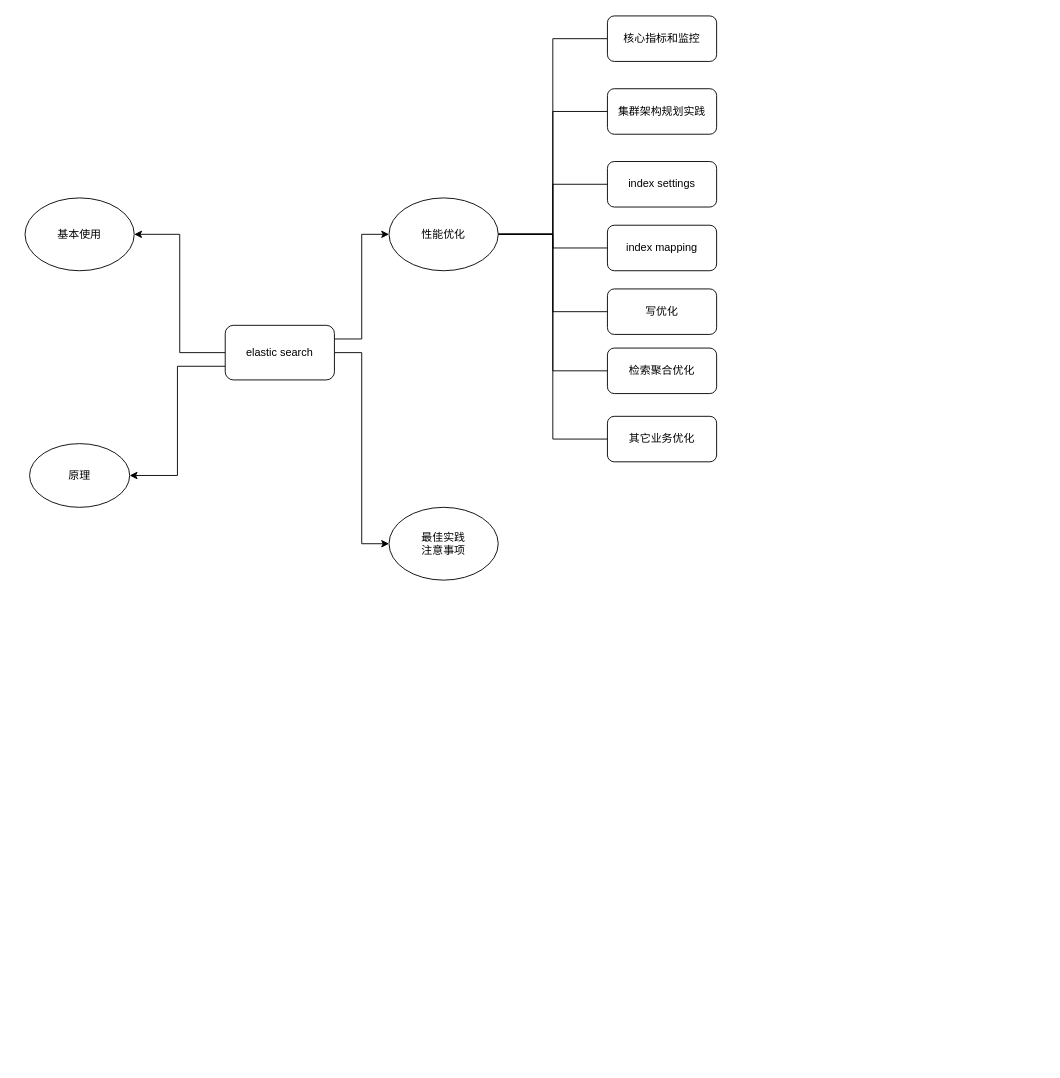
Above: page "elasticsearch" (1 of 8) of diagrams/tech.drawio in wxquare/wxquare.github.io (draw.io), before the change. Source tidied: cells renumbered, new cells numbered last; positions are measured from the earlier drawing's top-left corner, leaving out a move shared by most shapes. Both pictures are drawn from the tidied source at 91%, with x=0, y=0 at pixel (25, 15).
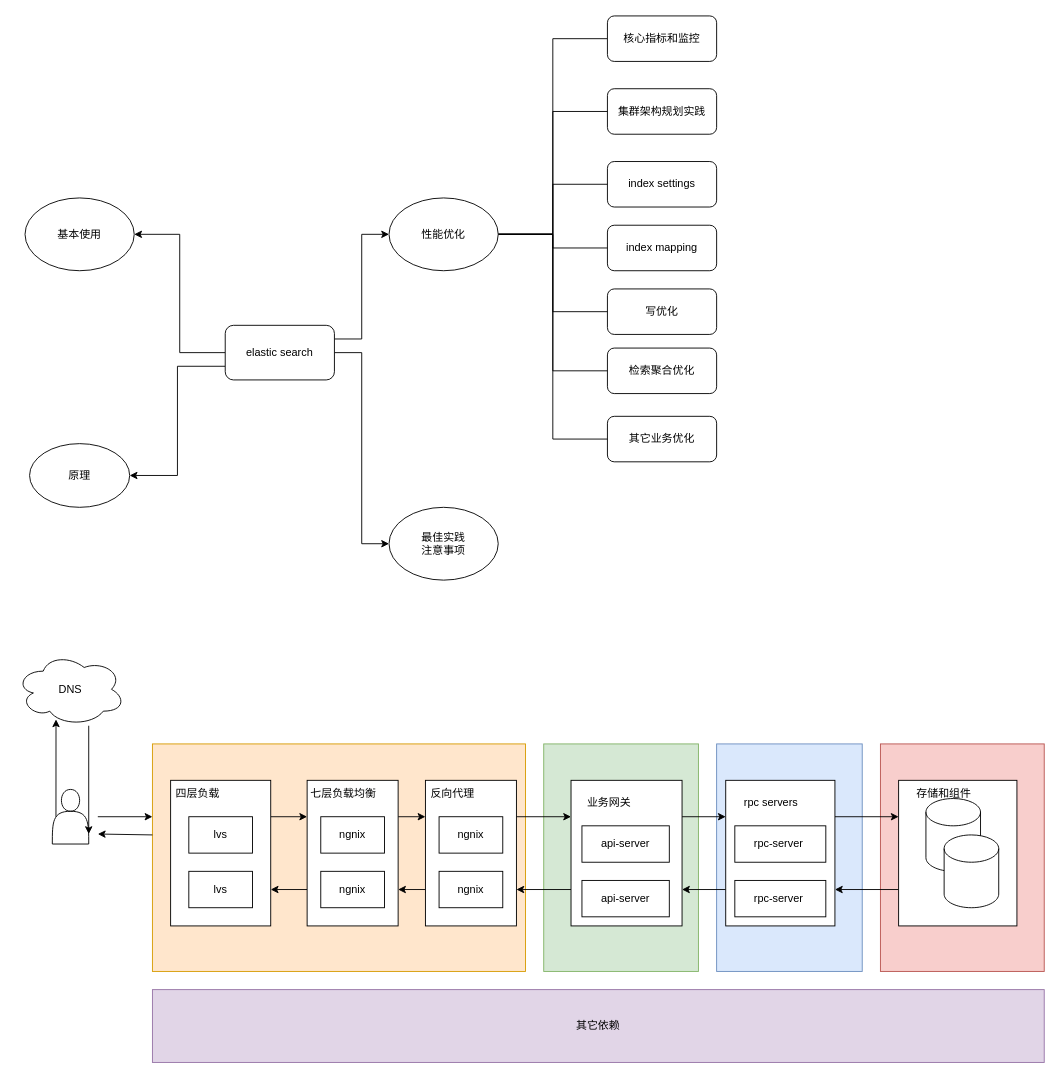
Above is the later version.

Change to the diagram source:
```diff
@@
+    <mxCell id="25" style="rounded=0;whiteSpace=wrap;html=1;fillColor=#f8cecc;strokeColor=#b85450;" parent="1" vertex="1">
+      <mxGeometry x="940" y="800" width="180" height="250" as="geometry" />
+    </mxCell>
+    <mxCell id="26" style="rounded=0;whiteSpace=wrap;html=1;fillColor=#dae8fc;strokeColor=#6c8ebf;" parent="1" vertex="1">
+      <mxGeometry x="760" y="800" width="160" height="250" as="geometry" />
+    </mxCell>
+    <mxCell id="27" style="rounded=0;whiteSpace=wrap;html=1;fillColor=#d5e8d4;strokeColor=#82b366;" parent="1" vertex="1">
+      <mxGeometry x="570" y="800" width="170" height="250" as="geometry" />
+    </mxCell>
+    <mxCell id="28" style="rounded=0;whiteSpace=wrap;html=1;fillColor=#ffe6cc;strokeColor=#d79b00;" parent="1" vertex="1">
+      <mxGeometry x="140" y="800" width="410" height="250" as="geometry" />
+    </mxCell>
+    <mxCell id="29" style="edgeStyle=orthogonalEdgeStyle;rounded=0;jettySize=auto;html=1;exitX=0;exitY=0.75;exitDx=0;exitDy=0;entryX=1;entryY=0.75;entryDx=0;entryDy=0;" parent="1" edge="1" source="30" target="33">
+      <mxGeometry relative="1" as="geometry" />
+    </mxCell>
+    <mxCell id="30" style="rounded=0;whiteSpace=wrap;html=1;" parent="1" vertex="1">
+      <mxGeometry x="960" y="840" width="130" height="160" as="geometry" />
+    </mxCell>
+    <mxCell id="31" style="edgeStyle=orthogonalEdgeStyle;rounded=0;jettySize=auto;html=1;exitX=1;exitY=0.25;exitDx=0;exitDy=0;entryX=0;entryY=0.25;entryDx=0;entryDy=0;" parent="1" edge="1" source="33" target="30">
+      <mxGeometry relative="1" as="geometry" />
+    </mxCell>
+    <mxCell id="32" style="edgeStyle=orthogonalEdgeStyle;rounded=0;jettySize=auto;html=1;exitX=0;exitY=0.75;exitDx=0;exitDy=0;entryX=1;entryY=0.75;entryDx=0;entryDy=0;" parent="1" edge="1" source="33" target="36">
+      <mxGeometry relative="1" as="geometry" />
+    </mxCell>
+    <mxCell id="33" style="rounded=0;whiteSpace=wrap;html=1;" parent="1" vertex="1">
+      <mxGeometry x="770" y="840" width="120" height="160" as="geometry" />
+    </mxCell>
+    <mxCell id="34" style="edgeStyle=orthogonalEdgeStyle;rounded=0;jettySize=auto;html=1;exitX=1;exitY=0.25;exitDx=0;exitDy=0;entryX=0;entryY=0.25;entryDx=0;entryDy=0;" parent="1" edge="1" source="36" target="33">
+      <mxGeometry relative="1" as="geometry" />
+    </mxCell>
+    <mxCell id="35" style="edgeStyle=orthogonalEdgeStyle;rounded=0;jettySize=auto;html=1;exitX=0;exitY=0.75;exitDx=0;exitDy=0;entryX=1;entryY=0.75;entryDx=0;entryDy=0;" parent="1" edge="1" source="36" target="39">
+      <mxGeometry relative="1" as="geometry" />
+    </mxCell>
+    <mxCell id="36" style="rounded=0;whiteSpace=wrap;html=1;" parent="1" vertex="1">
+      <mxGeometry x="600" y="840" width="122" height="160" as="geometry" />
+    </mxCell>
+    <mxCell id="37" style="edgeStyle=orthogonalEdgeStyle;rounded=0;jettySize=auto;html=1;exitX=1;exitY=0.25;exitDx=0;exitDy=0;entryX=0;entryY=0.25;entryDx=0;entryDy=0;" parent="1" edge="1" source="39" target="36">
+      <mxGeometry relative="1" as="geometry" />
+    </mxCell>
+    <mxCell id="38" style="edgeStyle=orthogonalEdgeStyle;rounded=0;jettySize=auto;html=1;exitX=0;exitY=0.75;exitDx=0;exitDy=0;entryX=1;entryY=0.75;entryDx=0;entryDy=0;" parent="1" edge="1" source="39" target="42">
+      <mxGeometry relative="1" as="geometry" />
+    </mxCell>
+    <mxCell id="39" style="rounded=0;whiteSpace=wrap;html=1;" parent="1" vertex="1">
+      <mxGeometry x="440" y="840" width="100" height="160" as="geometry" />
+    </mxCell>
+    <mxCell id="40" style="edgeStyle=orthogonalEdgeStyle;rounded=0;jettySize=auto;html=1;exitX=1;exitY=0.25;exitDx=0;exitDy=0;entryX=0;entryY=0.25;entryDx=0;entryDy=0;" parent="1" edge="1" source="42" target="39">
+      <mxGeometry relative="1" as="geometry" />
+    </mxCell>
+    <mxCell id="41" style="edgeStyle=orthogonalEdgeStyle;rounded=0;jettySize=auto;html=1;exitX=0;exitY=0.75;exitDx=0;exitDy=0;entryX=1;entryY=0.75;entryDx=0;entryDy=0;" parent="1" edge="1" source="42" target="44">
+      <mxGeometry relative="1" as="geometry" />
+    </mxCell>
+    <mxCell id="42" style="rounded=0;whiteSpace=wrap;html=1;" parent="1" vertex="1">
+      <mxGeometry x="310" y="840" width="100" height="160" as="geometry" />
+    </mxCell>
+    <mxCell id="43" style="edgeStyle=orthogonalEdgeStyle;rounded=0;jettySize=auto;html=1;exitX=1;exitY=0.25;exitDx=0;exitDy=0;entryX=0;entryY=0.25;entryDx=0;entryDy=0;" parent="1" edge="1" source="44" target="42">
+      <mxGeometry relative="1" as="geometry" />
+    </mxCell>
+    <mxCell id="44" style="rounded=0;whiteSpace=wrap;html=1;" parent="1" vertex="1">
+      <mxGeometry x="160" y="840" width="110" height="160" as="geometry" />
+    </mxCell>
+    <mxCell id="45" value="lvs" style="rounded=0;whiteSpace=wrap;html=1;" parent="1" vertex="1">
+      <mxGeometry x="180" y="940" width="70" height="40" as="geometry" />
+    </mxCell>
+    <mxCell id="46" value="ngnix" style="rounded=0;whiteSpace=wrap;html=1;" parent="1" vertex="1">
+      <mxGeometry x="325" y="940" width="70" height="40" as="geometry" />
+    </mxCell>
+    <mxCell id="47" value="ngnix" style="rounded=0;whiteSpace=wrap;html=1;" parent="1" vertex="1">
+      <mxGeometry x="455" y="940" width="70" height="40" as="geometry" />
+    </mxCell>
+    <mxCell id="48" style="shape=actor;whiteSpace=wrap;html=1;" parent="1" vertex="1">
+      <mxGeometry x="30" y="850" width="40" height="60" as="geometry" />
+    </mxCell>
+    <mxCell id="49" value="DNS" style="ellipse;shape=cloud;whiteSpace=wrap;html=1;" parent="1" vertex="1">
+      <mxGeometry x="-10" y="700" width="120" height="80" as="geometry" />
+    </mxCell>
+    <mxCell id="50" value="lvs" style="rounded=0;whiteSpace=wrap;html=1;" parent="1" vertex="1">
+      <mxGeometry x="180" y="880" width="70" height="40" as="geometry" />
+    </mxCell>
+    <mxCell id="51" value="ngnix" style="rounded=0;whiteSpace=wrap;html=1;" parent="1" vertex="1">
+      <mxGeometry x="325" y="880" width="70" height="40" as="geometry" />
+    </mxCell>
+    <mxCell id="52" value="ngnix" style="rounded=0;whiteSpace=wrap;html=1;" parent="1" vertex="1">
+      <mxGeometry x="455" y="880" width="70" height="40" as="geometry" />
+    </mxCell>
+    <mxCell id="53" value="api-server" style="rounded=0;whiteSpace=wrap;html=1;" parent="1" vertex="1">
+      <mxGeometry x="612" y="890" width="96" height="40" as="geometry" />
+    </mxCell>
+    <mxCell id="54" value="api-server" style="rounded=0;whiteSpace=wrap;html=1;" parent="1" vertex="1">
+      <mxGeometry x="612" y="950" width="96" height="40" as="geometry" />
+    </mxCell>
+    <mxCell id="55" value="rpc-server&amp;nbsp;" style="rounded=0;whiteSpace=wrap;html=1;" parent="1" vertex="1">
+      <mxGeometry x="780" y="890" width="100" height="40" as="geometry" />
+    </mxCell>
+    <mxCell id="56" value="rpc-server&amp;nbsp;" style="rounded=0;whiteSpace=wrap;html=1;" parent="1" vertex="1">
+      <mxGeometry x="780" y="950" width="100" height="40" as="geometry" />
+    </mxCell>
+    <mxCell id="57" style="shape=cylinder3;whiteSpace=wrap;html=1;boundedLbl=1;backgroundOutline=1;size=15;" parent="1" vertex="1">
+      <mxGeometry x="990" y="860" width="60" height="80" as="geometry" />
+    </mxCell>
+    <mxCell id="58" style="shape=cylinder3;whiteSpace=wrap;html=1;boundedLbl=1;backgroundOutline=1;size=15;" parent="1" vertex="1">
+      <mxGeometry x="1010" y="900" width="60" height="80" as="geometry" />
+    </mxCell>
+    <mxCell id="59" value="四层负载" style="text;html=1;align=center;verticalAlign=middle;whiteSpace=wrap;rounded=0;" parent="1" vertex="1">
+      <mxGeometry x="160" y="840" width="60" height="30" as="geometry" />
+    </mxCell>
+    <mxCell id="60" value="七层负载均衡" style="text;html=1;align=center;verticalAlign=middle;whiteSpace=wrap;rounded=0;" parent="1" vertex="1">
+      <mxGeometry x="310" y="840" width="80" height="30" as="geometry" />
+    </mxCell>
+    <mxCell id="61" value="反向代理" style="text;html=1;align=center;verticalAlign=middle;whiteSpace=wrap;rounded=0;" parent="1" vertex="1">
+      <mxGeometry x="440" y="840" width="60" height="30" as="geometry" />
+    </mxCell>
+    <mxCell id="62" value="业务网关" style="text;html=1;align=center;verticalAlign=middle;whiteSpace=wrap;rounded=0;" parent="1" vertex="1">
+      <mxGeometry x="612" y="850" width="60" height="30" as="geometry" />
+    </mxCell>
+    <mxCell id="63" value="rpc servers" style="text;html=1;align=center;verticalAlign=middle;whiteSpace=wrap;rounded=0;" parent="1" vertex="1">
+      <mxGeometry x="780" y="850" width="80" height="30" as="geometry" />
+    </mxCell>
+    <mxCell id="64" value="存储和组件" style="text;html=1;align=center;verticalAlign=middle;whiteSpace=wrap;rounded=0;" parent="1" vertex="1">
+      <mxGeometry x="970" y="840" width="80" height="30" as="geometry" />
+    </mxCell>
+    <mxCell id="65" style="edgeStyle=orthogonalEdgeStyle;rounded=0;jettySize=auto;html=1;exitX=0.1;exitY=0.5;exitDx=0;exitDy=0;exitPerimeter=0;entryX=0.367;entryY=0.913;entryDx=0;entryDy=0;entryPerimeter=0;" parent="1" edge="1" source="48" target="49">
+      <mxGeometry relative="1" as="geometry" />
+    </mxCell>
+    <mxCell id="66" style="edgeStyle=orthogonalEdgeStyle;rounded=0;orthogonalLoop=1;jettySize=auto;html=1;exitX=1;exitY=0.75;exitDx=0;exitDy=0;entryX=0.667;entryY=0.95;entryDx=0;entryDy=0;entryPerimeter=0;startArrow=classic;startFill=1;endArrow=none;endFill=0;" parent="1" edge="1">
+      <mxGeometry relative="1" as="geometry">
+        <mxPoint x="70" y="899" as="sourcePoint" />
+        <mxPoint x="70" y="780" as="targetPoint" />
+      </mxGeometry>
+    </mxCell>
+    <mxCell id="67" style="endArrow=classic;html=1;rounded=0;" parent="1" edge="1">
+      <mxGeometry relative="1" as="geometry">
+        <mxPoint x="80" y="880" as="sourcePoint" />
+        <mxPoint x="140" y="880" as="targetPoint" />
+      </mxGeometry>
+    </mxCell>
+    <mxCell id="68" style="endArrow=classic;html=1;rounded=0;" parent="1" edge="1">
+      <mxGeometry relative="1" as="geometry">
+        <mxPoint x="140" y="900" as="sourcePoint" />
+        <mxPoint x="80" y="899" as="targetPoint" />
+      </mxGeometry>
+    </mxCell>
+    <mxCell id="69" value="其它依赖" style="rounded=0;whiteSpace=wrap;html=1;fillColor=#e1d5e7;strokeColor=#9673a6;" parent="1" vertex="1">
+      <mxGeometry x="140" y="1070" width="980" height="80" as="geometry" />
+    </mxCell>
```
